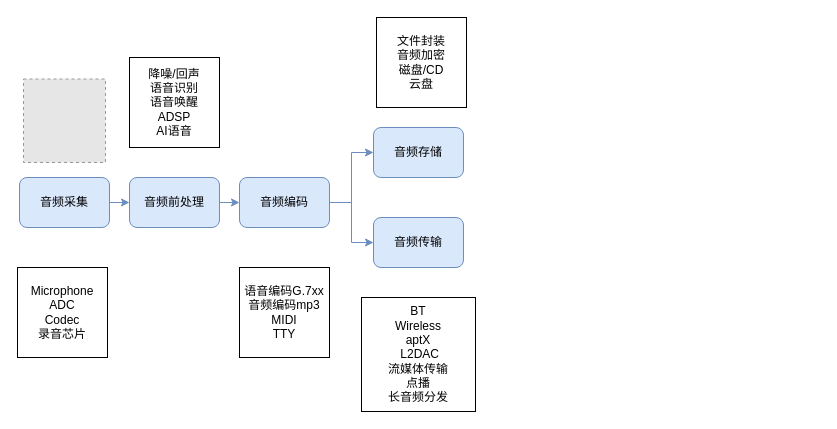
This is source/_posts/audio.drawio from ccfriend/ccfriend.github.io, a draw.io file, before an edit. Source tidied: cells renumbered, new cells numbered last; positions are measured from the earlier drawing's top-left corner, leaving out a move shared by most shapes. Both pictures are drawn from the tidied source at 100%, with x=0, y=0 at pixel (17, 17). Pictures stored in the file or linked from it are replaced by grey dashed boxes.
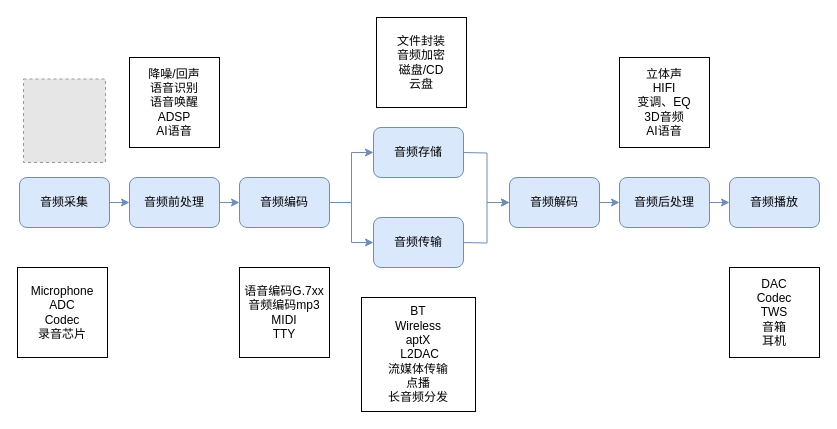
The same diagram, later.

What changed in the source:
```diff
@@
+    <mxCell id="17" style="edgeStyle=orthogonalEdgeStyle;rounded=0;jettySize=auto;html=1;fillColor=#dae8fc;strokeColor=#6c8ebf;entryX=0;entryY=0.5;entryDx=0;entryDy=0;" parent="1" edge="1" target="19">
+      <mxGeometry relative="1" as="geometry">
+        <mxPoint x="446" y="135" as="sourcePoint" />
+      </mxGeometry>
+    </mxCell>
+    <mxCell id="18" style="edgeStyle=orthogonalEdgeStyle;rounded=0;jettySize=auto;html=1;entryX=0;entryY=0.5;entryDx=0;entryDy=0;fillColor=#dae8fc;strokeColor=#6c8ebf;" parent="1" edge="1" target="19">
+      <mxGeometry relative="1" as="geometry">
+        <mxPoint x="446" y="225" as="sourcePoint" />
+      </mxGeometry>
+    </mxCell>
+    <mxCell id="19" value="音频解码" style="rounded=1;whiteSpace=wrap;html=1;fillColor=#dae8fc;strokeColor=#6c8ebf;" parent="1" vertex="1">
+      <mxGeometry x="492" y="160" width="90" height="50" as="geometry" />
+    </mxCell>
+    <mxCell id="20" value="音频后处理" style="rounded=1;whiteSpace=wrap;html=1;fillColor=#dae8fc;strokeColor=#6c8ebf;" parent="1" vertex="1">
+      <mxGeometry x="602" y="160" width="90" height="50" as="geometry" />
+    </mxCell>
+    <mxCell id="21" value="音频播放" style="rounded=1;whiteSpace=wrap;html=1;fillColor=#dae8fc;strokeColor=#6c8ebf;" parent="1" vertex="1">
+      <mxGeometry x="712" y="160" width="90" height="50" as="geometry" />
+    </mxCell>
+    <mxCell id="22" style="endArrow=classic;html=1;rounded=0;exitX=1;exitY=0.5;exitDx=0;exitDy=0;entryX=0;entryY=0.5;entryDx=0;entryDy=0;fillColor=#dae8fc;strokeColor=#6c8ebf;" parent="1" edge="1" source="19" target="20">
+      <mxGeometry relative="1" as="geometry" />
+    </mxCell>
+    <mxCell id="23" style="endArrow=classic;html=1;rounded=0;exitX=1;exitY=0.5;exitDx=0;exitDy=0;fillColor=#dae8fc;strokeColor=#6c8ebf;" parent="1" edge="1" source="20" target="21">
+      <mxGeometry relative="1" as="geometry" />
+    </mxCell>
+    <mxCell id="24" value="&lt;p style=&quot;margin-top: 0pt ; margin-bottom: 0pt ; margin-left: 0in ; direction: ltr ; unicode-bidi: embed ; word-break: normal&quot;&gt;&lt;span&gt;&lt;font style=&quot;font-size: 12px&quot;&gt;立体声&lt;/font&gt;&lt;/span&gt;&lt;/p&gt;&lt;p style=&quot;margin-top: 0pt ; margin-bottom: 0pt ; margin-left: 0in ; direction: ltr ; unicode-bidi: embed ; word-break: normal&quot;&gt;&lt;span&gt;&lt;font style=&quot;font-size: 12px&quot;&gt;HIFI&lt;/font&gt;&lt;/span&gt;&lt;/p&gt;&lt;p style=&quot;margin-top: 0pt ; margin-bottom: 0pt ; margin-left: 0in ; direction: ltr ; unicode-bidi: embed ; word-break: normal&quot;&gt;&lt;font style=&quot;font-size: 12px&quot;&gt;&lt;span&gt;变调、&lt;/span&gt;&lt;span&gt;EQ&lt;/span&gt;&lt;/font&gt;&lt;/p&gt;&lt;p style=&quot;margin-top: 0pt ; margin-bottom: 0pt ; margin-left: 0in ; direction: ltr ; unicode-bidi: embed ; word-break: normal&quot;&gt;&lt;font style=&quot;font-size: 12px&quot;&gt;&lt;span&gt;3D&lt;/span&gt;&lt;span&gt;音频&lt;/span&gt;&lt;/font&gt;&lt;/p&gt;&lt;p style=&quot;margin-top: 0pt ; margin-bottom: 0pt ; margin-left: 0in ; direction: ltr ; unicode-bidi: embed ; word-break: normal&quot;&gt;&lt;span&gt;AI&lt;/span&gt;&lt;span&gt;语音&lt;/span&gt;&lt;br&gt;&lt;/p&gt;" style="whiteSpace=wrap;html=1;fontSize=12;" parent="1" vertex="1">
+      <mxGeometry x="602" y="40" width="90" height="90" as="geometry" />
+    </mxCell>
+    <mxCell id="25" value="&lt;p style=&quot;margin-top: 0pt ; margin-bottom: 0pt ; margin-left: 0in ; direction: ltr ; unicode-bidi: embed ; word-break: normal&quot;&gt;&lt;span&gt;&lt;font style=&quot;font-size: 12px&quot;&gt;DAC&lt;/font&gt;&lt;/span&gt;&lt;/p&gt;&lt;p style=&quot;margin-top: 0pt ; margin-bottom: 0pt ; margin-left: 0in ; direction: ltr ; unicode-bidi: embed ; word-break: normal&quot;&gt;&lt;span&gt;&lt;font style=&quot;font-size: 12px&quot;&gt;Codec&lt;/font&gt;&lt;/span&gt;&lt;/p&gt;&lt;p style=&quot;margin-top: 0pt ; margin-bottom: 0pt ; margin-left: 0in ; direction: ltr ; unicode-bidi: embed ; word-break: normal&quot;&gt;&lt;span&gt;&lt;font style=&quot;font-size: 12px&quot;&gt;TWS&lt;/font&gt;&lt;/span&gt;&lt;/p&gt;&lt;p style=&quot;margin-top: 0pt ; margin-bottom: 0pt ; margin-left: 0in ; direction: ltr ; unicode-bidi: embed ; word-break: normal&quot;&gt;&lt;span&gt;&lt;font style=&quot;font-size: 12px&quot;&gt;音箱&lt;/font&gt;&lt;/span&gt;&lt;/p&gt;&lt;p style=&quot;margin-top: 0pt ; margin-bottom: 0pt ; margin-left: 0in ; direction: ltr ; unicode-bidi: embed ; word-break: normal&quot;&gt;&lt;span&gt;耳机&lt;/span&gt;&lt;br&gt;&lt;/p&gt;" style="whiteSpace=wrap;html=1;fontSize=12;" parent="1" vertex="1">
+      <mxGeometry x="712" y="250" width="90" height="90" as="geometry" />
+    </mxCell>
```
